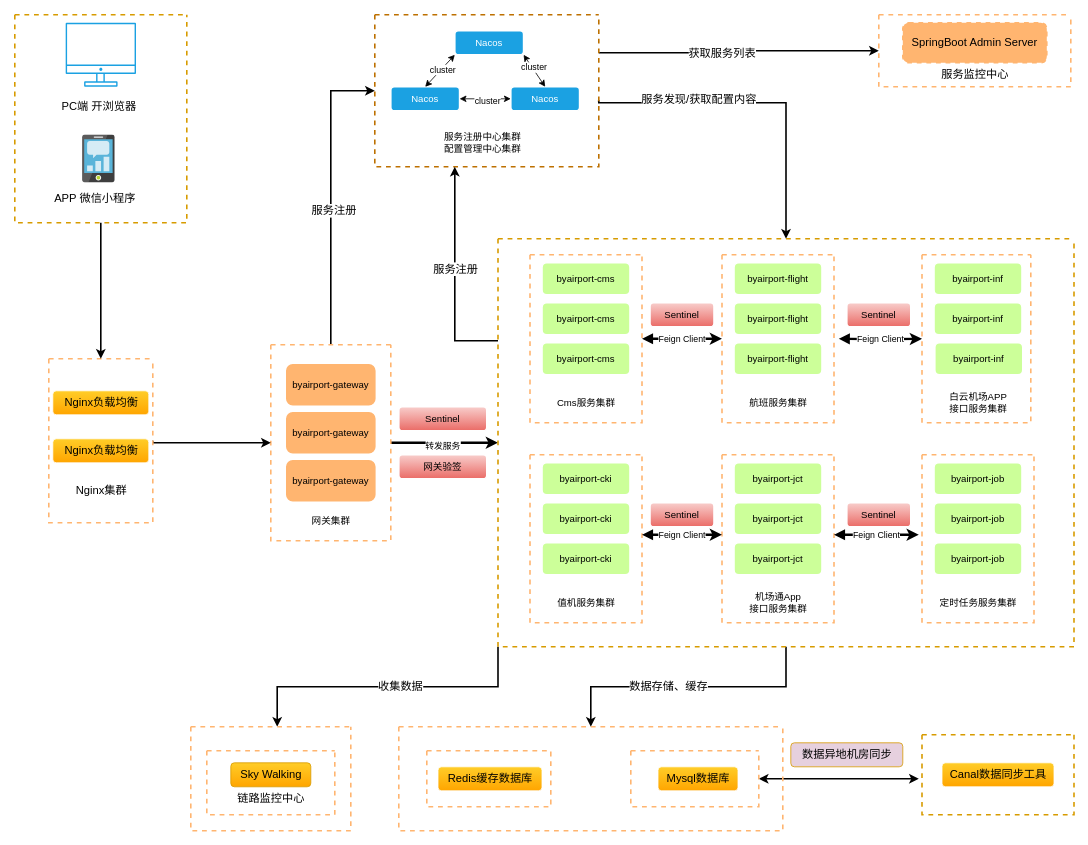
This is 门户微服务.drawio from lizhenjun0418/docker-file, a draw.io file, before an edit. Source tidied: cells renumbered, new cells numbered last; positions are measured from the earlier drawing's top-left corner, leaving out a move shared by most shapes. Both pictures are drawn from the tidied source at 80%, with x=0, y=0 at pixel (14, 14).
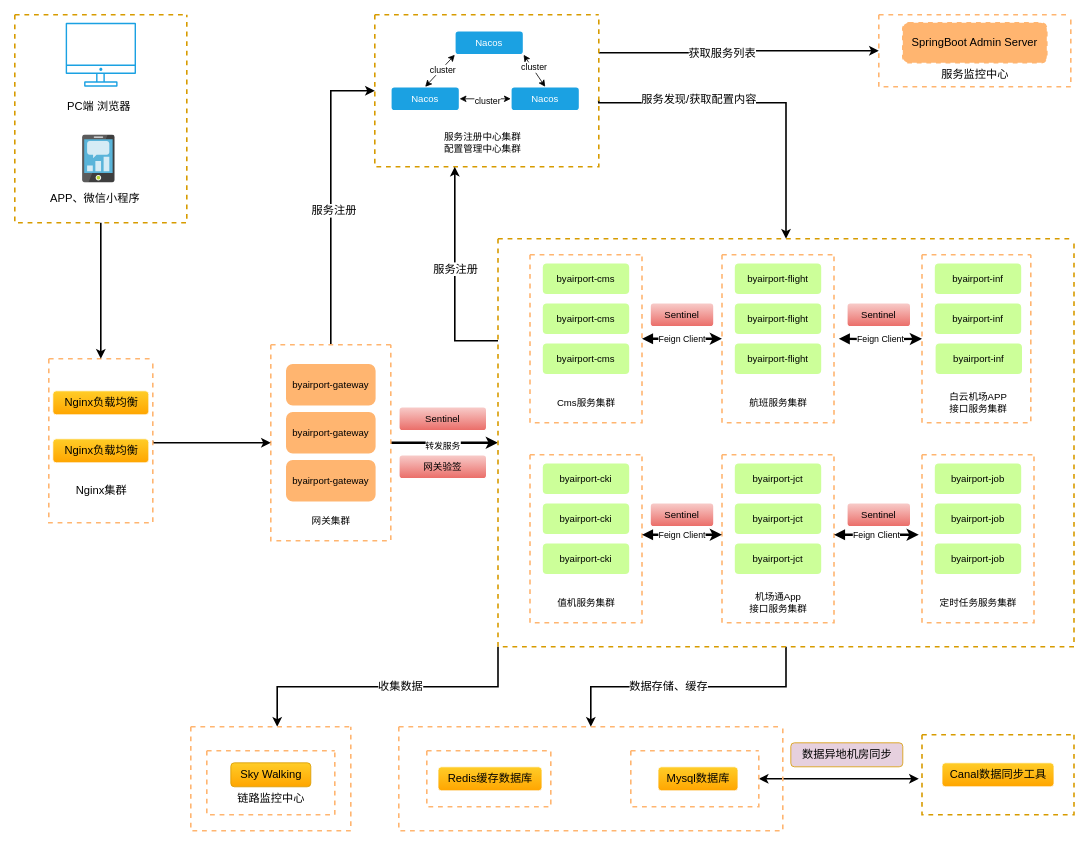
The same diagram, later.

Commit message (it also covers changes not shown here):
更新门户微服务.drawio

Unchanged cells that the change refers to:
```xml
<mxCell id="32" style="swimlane;startSize=0;strokeColor=#d79b00;strokeWidth=2;fillColor=#ffcd28;dashed=1;gradientColor=#ffa500;" parent="1" vertex="1">
  <mxGeometry x="604" y="280" width="720" height="510" as="geometry" />
</mxCell>
<mxCell id="84" style="swimlane;startSize=0;dashed=1;fontSize=14;strokeColor=#FFB570;strokeWidth=2;fillColor=#FFB570;gradientColor=none;" parent="1" vertex="1">
  <mxGeometry x="220" y="890" width="200" height="130" as="geometry" />
</mxCell>
<mxCell id="94" style="swimlane;startSize=0;dashed=1;fontSize=14;strokeColor=#d79b00;strokeWidth=2;fillColor=#ffcd28;gradientColor=#ffa500;" parent="1" vertex="1">
  <mxGeometry width="215" height="260" as="geometry" />
</mxCell>
```

What changed in the source:
```diff
@@
-    <mxCell id="6" style="swimlane;startSize=0;dashed=1;strokeWidth=2;strokeColor=#BD7000;fillColor=#f0a30a;fontColor=#000000;" parent="1" vertex="1">
+    <mxCell id="6" style="swimlane;startSize=0;dashed=1;strokeWidth=2;strokeColor=#d79b00;fillColor=#ffe6cc;" parent="1" vertex="1">
       <mxGeometry x="450" width="280" height="190" as="geometry" />
     </mxCell>
@@
     <mxCell id="30" style="edgeStyle=orthogonalEdgeStyle;rounded=0;jettySize=auto;html=1;exitX=0;exitY=1;exitDx=0;exitDy=0;entryX=0.54;entryY=0;entryDx=0;entryDy=0;entryPerimeter=0;fontSize=14;startArrow=none;startFill=0;endArrow=classic;endFill=1;strokeWidth=2;" parent="1" edge="1" source="32" target="84">
-      <mxGeometry relative="1" as="geometry" />
+      <mxGeometry relative="1" as="geometry">
+        <Array as="points">
+          <mxPoint x="604" y="840" />
+          <mxPoint x="328" y="840" />
+        </Array>
+      </mxGeometry>
     </mxCell>
@@
-    <mxCell id="96" value="PC端 开浏览器" style="text;html=1;align=center;verticalAlign=middle;strokeColor=none;fillColor=none;fontSize=14;" parent="94" vertex="1">
-      <mxGeometry x="45" y="100" width="120" height="30" as="geometry" />
+    <mxCell id="96" value="PC端 浏览器" style="text;html=1;align=center;verticalAlign=middle;strokeColor=none;fillColor=none;fontSize=14;" parent="94" vertex="1">
+      <mxGeometry x="55" y="100" width="100" height="30" as="geometry" />
     </mxCell>
@@
-    <mxCell id="98" value="APP 微信小程序" style="text;html=1;align=center;verticalAlign=middle;strokeColor=none;fillColor=none;fontSize=14;" parent="1" vertex="1">
-      <mxGeometry x="35" y="215" width="130" height="30" as="geometry" />
+    <mxCell id="98" value="APP、微信小程序" style="text;html=1;align=center;verticalAlign=middle;strokeColor=none;fillColor=none;fontSize=14;" parent="1" vertex="1">
+      <mxGeometry x="30" y="215" width="140" height="30" as="geometry" />
     </mxCell>
```
